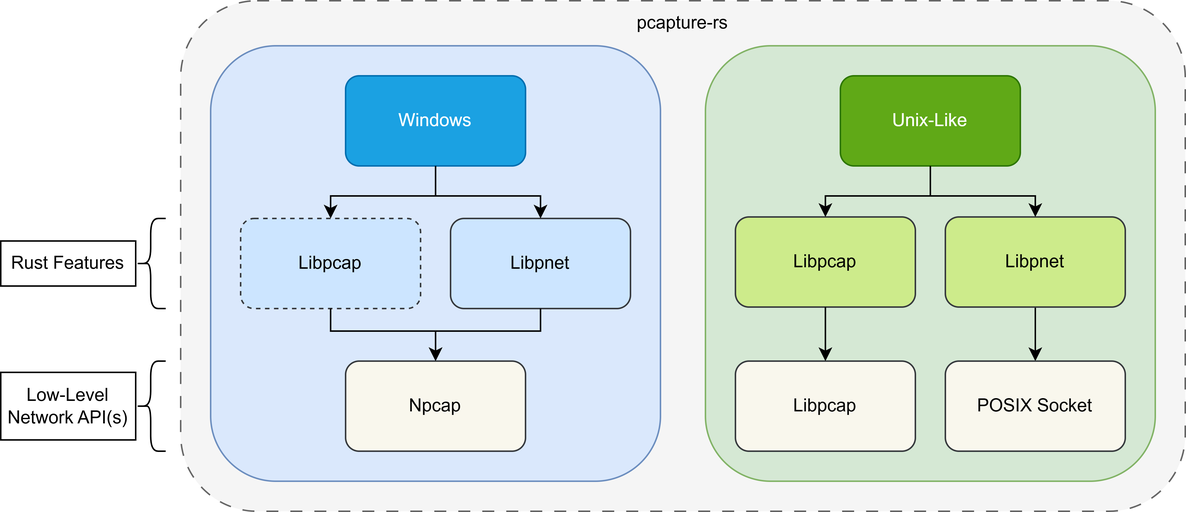
The draw.io diagram images/pcapture.drawio.png in rikonaka/pcapture-rs, before a commit. Source tidied: cells renumbered, new cells last; positions are measured from the earlier drawing's top-left corner, leaving out a move shared by most shapes. Source of this version:
```xml
<mxGraphModel>
  <root>
    <mxCell id="0" />
    <mxCell id="1" parent="0" />
    <mxCell id="2" style="rounded=1;whiteSpace=wrap;html=1;dashed=1;dashPattern=8 8;fillColor=#f5f5f5;fontColor=#333333;strokeColor=#666666;" parent="1" vertex="1">
      <mxGeometry x="120" width="670" height="340" as="geometry" />
    </mxCell>
    <mxCell id="3" style="rounded=1;whiteSpace=wrap;html=1;fillColor=#d5e8d4;strokeColor=#82b366;" parent="1" vertex="1">
      <mxGeometry x="470" y="30" width="300" height="290" as="geometry" />
    </mxCell>
    <mxCell id="4" style="rounded=1;whiteSpace=wrap;html=1;fillColor=#dae8fc;strokeColor=#6c8ebf;" parent="1" vertex="1">
      <mxGeometry x="140" y="30" width="300" height="290" as="geometry" />
    </mxCell>
    <mxCell id="5" value="Windows" style="rounded=1;whiteSpace=wrap;html=1;fillColor=#1ba1e2;fontColor=#ffffff;strokeColor=#006EAF;" parent="1" vertex="1">
      <mxGeometry x="230" y="50" width="120" height="60" as="geometry" />
    </mxCell>
    <mxCell id="6" value="Unix-Like" style="rounded=1;whiteSpace=wrap;html=1;fillColor=#60a917;fontColor=#ffffff;strokeColor=#2D7600;" parent="1" vertex="1">
      <mxGeometry x="560" y="50" width="120" height="60" as="geometry" />
    </mxCell>
    <mxCell id="7" value="Npcap" style="rounded=1;whiteSpace=wrap;html=1;fillColor=#f9f7ed;strokeColor=#36393d;" parent="1" vertex="1">
      <mxGeometry x="230" y="240" width="120" height="60" as="geometry" />
    </mxCell>
    <mxCell id="8" value="Libpcap" style="rounded=1;whiteSpace=wrap;html=1;fillColor=#cdeb8b;strokeColor=#36393d;" parent="1" vertex="1">
      <mxGeometry x="490" y="144" width="120" height="60" as="geometry" />
    </mxCell>
    <mxCell id="9" style="edgeStyle=orthogonalEdgeStyle;rounded=0;jettySize=auto;html=1;" parent="1" edge="1" source="10" target="13">
      <mxGeometry relative="1" as="geometry" />
    </mxCell>
    <mxCell id="10" value="Libpnet" style="rounded=1;whiteSpace=wrap;html=1;fillColor=#cdeb8b;strokeColor=#36393d;" parent="1" vertex="1">
      <mxGeometry x="630" y="144" width="120" height="60" as="geometry" />
    </mxCell>
    <mxCell id="11" style="endArrow=classic;html=1;rounded=0;entryX=0.5;entryY=0;entryDx=0;entryDy=0;exitX=0.5;exitY=1;exitDx=0;exitDy=0;" parent="1" edge="1" source="6" target="8">
      <mxGeometry relative="1" as="geometry">
        <Array as="points">
          <mxPoint x="620" y="130" />
          <mxPoint x="550" y="130" />
        </Array>
      </mxGeometry>
    </mxCell>
    <mxCell id="12" style="endArrow=classic;html=1;rounded=0;entryX=0.5;entryY=0;entryDx=0;entryDy=0;exitX=0.5;exitY=1;exitDx=0;exitDy=0;" parent="1" edge="1" source="6" target="10">
      <mxGeometry relative="1" as="geometry">
        <Array as="points">
          <mxPoint x="620" y="130" />
          <mxPoint x="690" y="130" />
        </Array>
      </mxGeometry>
    </mxCell>
    <mxCell id="13" value="POSIX Socket" style="rounded=1;whiteSpace=wrap;html=1;fillColor=#f9f7ed;strokeColor=#36393d;" parent="1" vertex="1">
      <mxGeometry x="630" y="240" width="120" height="60" as="geometry" />
    </mxCell>
    <mxCell id="14" value="pcapture-rs" style="text;html=1;whiteSpace=wrap;strokeColor=none;fillColor=none;align=center;verticalAlign=middle;rounded=0;dashed=1;" parent="1" vertex="1">
      <mxGeometry x="390" width="130" height="30" as="geometry" />
    </mxCell>
    <mxCell id="15" value="Libpnet" style="rounded=1;whiteSpace=wrap;html=1;fillColor=#cce5ff;strokeColor=#36393d;" parent="1" vertex="1">
      <mxGeometry x="300" y="145" width="120" height="60" as="geometry" />
    </mxCell>
    <mxCell id="16" style="endArrow=classic;html=1;rounded=0;entryX=0.5;entryY=0;entryDx=0;entryDy=0;exitX=0.5;exitY=1;exitDx=0;exitDy=0;" parent="1" edge="1" source="5" target="15">
      <mxGeometry relative="1" as="geometry">
        <Array as="points">
          <mxPoint x="290" y="130" />
          <mxPoint x="320" y="130" />
          <mxPoint x="360" y="130" />
        </Array>
      </mxGeometry>
    </mxCell>
    <mxCell id="17" style="endArrow=classic;html=1;rounded=0;exitX=0.5;exitY=1;exitDx=0;exitDy=0;entryX=0.5;entryY=0;entryDx=0;entryDy=0;" parent="1" edge="1" source="5" target="18">
      <mxGeometry relative="1" as="geometry">
        <Array as="points">
          <mxPoint x="290" y="130" />
          <mxPoint x="220" y="130" />
        </Array>
      </mxGeometry>
    </mxCell>
    <mxCell id="18" value="Libpcap" style="rounded=1;whiteSpace=wrap;html=1;dashed=1;fillColor=#cce5ff;strokeColor=#36393d;" parent="1" vertex="1">
      <mxGeometry x="160" y="145" width="120" height="60" as="geometry" />
    </mxCell>
    <mxCell id="19" style="endArrow=classic;html=1;rounded=0;exitX=0.5;exitY=1;exitDx=0;exitDy=0;entryX=0.5;entryY=0;entryDx=0;entryDy=0;" parent="1" edge="1" source="18" target="7">
      <mxGeometry relative="1" as="geometry">
        <Array as="points">
          <mxPoint x="220" y="220" />
          <mxPoint x="290" y="220" />
        </Array>
      </mxGeometry>
    </mxCell>
    <mxCell id="20" style="endArrow=classic;html=1;rounded=0;exitX=0.5;exitY=1;exitDx=0;exitDy=0;entryX=0.5;entryY=0;entryDx=0;entryDy=0;" parent="1" edge="1" source="15" target="7">
      <mxGeometry relative="1" as="geometry">
        <Array as="points">
          <mxPoint x="360" y="220" />
          <mxPoint x="290" y="220" />
        </Array>
      </mxGeometry>
    </mxCell>
    <mxCell id="21" value="Libpcap" style="rounded=1;whiteSpace=wrap;html=1;fillColor=#f9f7ed;strokeColor=#36393d;" parent="1" vertex="1">
      <mxGeometry x="490" y="240" width="120" height="60" as="geometry" />
    </mxCell>
    <mxCell id="22" style="endArrow=classic;html=1;rounded=0;exitX=0.5;exitY=1;exitDx=0;exitDy=0;entryX=0.5;entryY=0;entryDx=0;entryDy=0;" parent="1" edge="1" source="8" target="21">
      <mxGeometry relative="1" as="geometry" />
    </mxCell>
    <mxCell id="23" value="Rust Features" style="text;html=1;whiteSpace=wrap;strokeColor=default;fillColor=none;align=center;verticalAlign=middle;rounded=0;" parent="1" vertex="1">
      <mxGeometry y="160" width="90" height="30" as="geometry" />
    </mxCell>
    <mxCell id="24" value="Low-Level Network API(s)" style="text;html=1;whiteSpace=wrap;strokeColor=default;fillColor=none;align=center;verticalAlign=middle;rounded=0;" parent="1" vertex="1">
      <mxGeometry y="247.5" width="90" height="45" as="geometry" />
    </mxCell>
    <mxCell id="25" style="shape=curlyBracket;whiteSpace=wrap;html=1;rounded=1;labelPosition=left;verticalLabelPosition=middle;align=right;verticalAlign=middle;" parent="1" vertex="1">
      <mxGeometry x="90" y="145" width="20" height="60" as="geometry" />
    </mxCell>
    <mxCell id="26" style="shape=curlyBracket;whiteSpace=wrap;html=1;rounded=1;labelPosition=left;verticalLabelPosition=middle;align=right;verticalAlign=middle;" parent="1" vertex="1">
      <mxGeometry x="90" y="240" width="20" height="60" as="geometry" />
    </mxCell>
  </root>
</mxGraphModel>
```
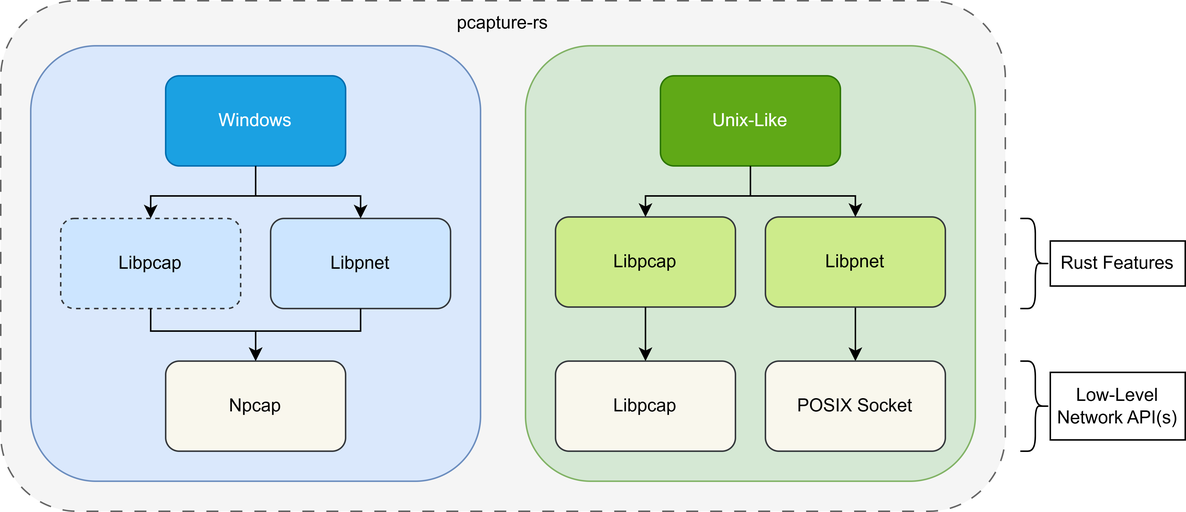
The same file after the commit.

Commit message:
Adapted Windows platform

Diff of the diagram source:
```diff
@@ -97,16 +97,16 @@
       <mxGeometry relative="1" as="geometry" />
     </mxCell>
     <mxCell id="23" value="Rust Features" style="text;html=1;whiteSpace=wrap;strokeColor=default;fillColor=none;align=center;verticalAlign=middle;rounded=0;" parent="1" vertex="1">
-      <mxGeometry y="160" width="90" height="30" as="geometry" />
+      <mxGeometry x="820" y="160" width="90" height="30" as="geometry" />
     </mxCell>
     <mxCell id="24" value="Low-Level Network API(s)" style="text;html=1;whiteSpace=wrap;strokeColor=default;fillColor=none;align=center;verticalAlign=middle;rounded=0;" parent="1" vertex="1">
-      <mxGeometry y="247.5" width="90" height="45" as="geometry" />
+      <mxGeometry x="820" y="247.5" width="90" height="45" as="geometry" />
     </mxCell>
-    <mxCell id="25" style="shape=curlyBracket;whiteSpace=wrap;html=1;rounded=1;labelPosition=left;verticalLabelPosition=middle;align=right;verticalAlign=middle;" parent="1" vertex="1">
-      <mxGeometry x="90" y="145" width="20" height="60" as="geometry" />
-    </mxCell>
-    <mxCell id="26" style="shape=curlyBracket;whiteSpace=wrap;html=1;rounded=1;labelPosition=left;verticalLabelPosition=middle;align=right;verticalAlign=middle;" parent="1" vertex="1">
-      <mxGeometry x="90" y="240" width="20" height="60" as="geometry" />
-    </mxCell>
+    <mxCell id="27" style="shape=curlyBracket;whiteSpace=wrap;html=1;rounded=1;flipH=1;labelPosition=right;verticalLabelPosition=middle;align=left;verticalAlign=middle;size=0.5;" parent="1" vertex="1">
+      <mxGeometry x="800" y="145" width="20" height="60" as="geometry" />
+    </mxCell>
+    <mxCell id="28" style="shape=curlyBracket;whiteSpace=wrap;html=1;rounded=1;flipH=1;labelPosition=right;verticalLabelPosition=middle;align=left;verticalAlign=middle;size=0.5;" parent="1" vertex="1">
+      <mxGeometry x="800" y="240" width="20" height="60" as="geometry" />
+    </mxCell>
   </root>
 </mxGraphModel>
```
